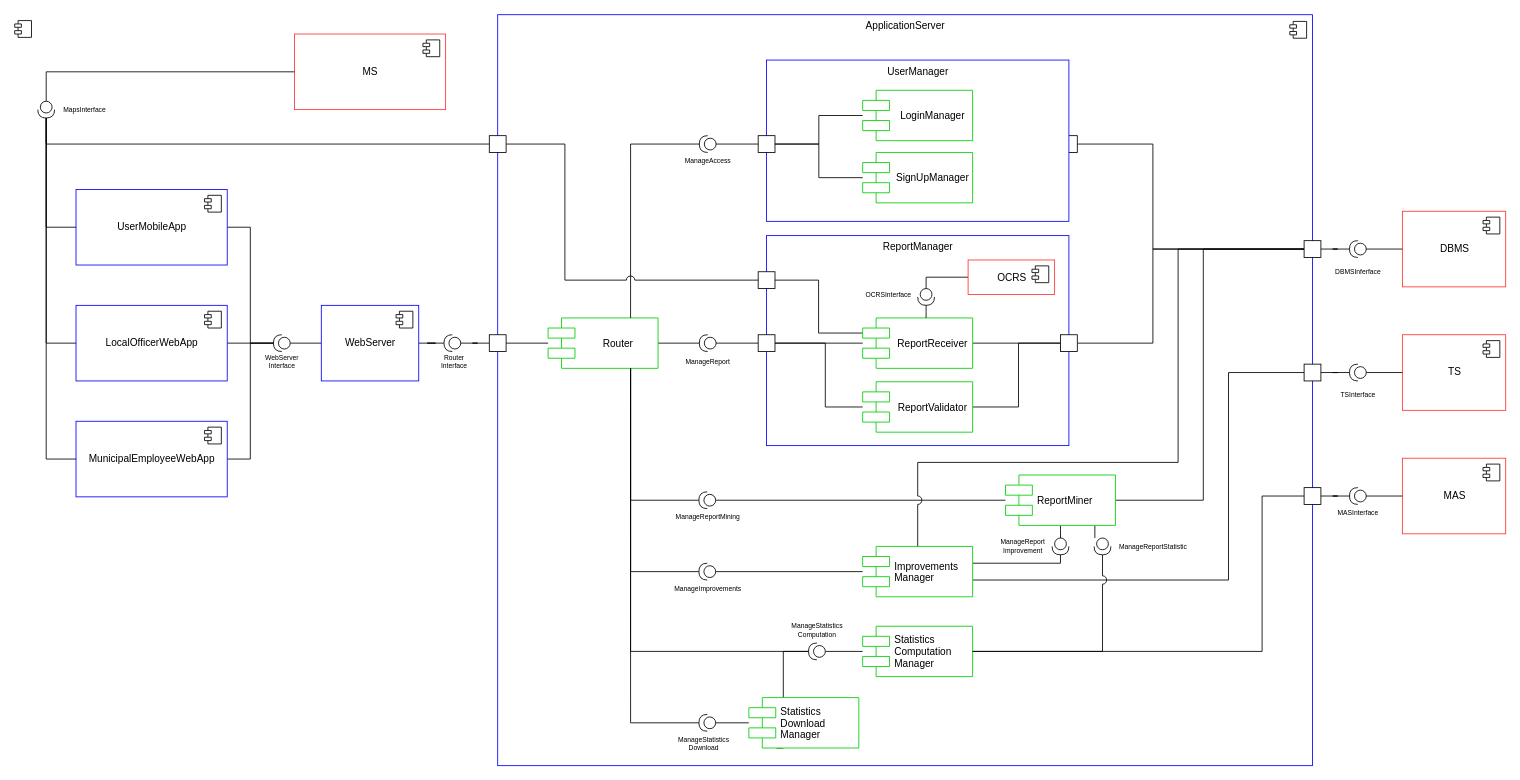
MarkNuar/Project_SE2 keeps this draw.io diagram as DD/images/ComponentDiagram.drawio. Above is the earlier version. Source tidied: cells renumbered, new cells numbered last; positions are measured from the earlier drawing's top-left corner, leaving out a move shared by most shapes. Both pictures are drawn from the tidied source at 84%, with x=0, y=0 at pixel (37, 14).
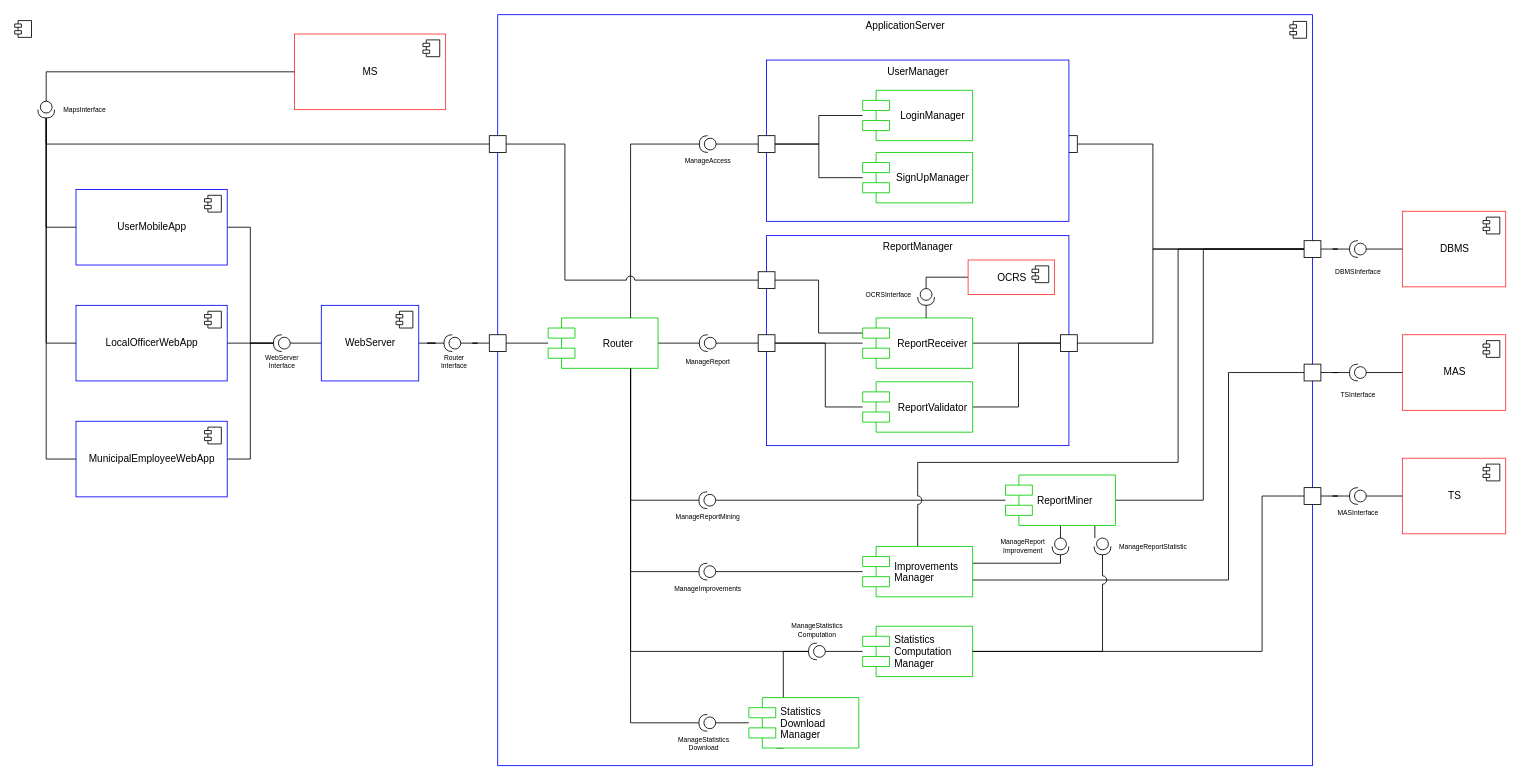
Above is the later version.

Change to the diagram source:
```diff
@@
-    <mxCell id="47" value="TS" style="html=1;align=center;strokeColor=#FF3333;" parent="1" vertex="1">
+    <mxCell id="47" value="MAS" style="html=1;align=center;strokeColor=#FF3333;" parent="1" vertex="1">
       <mxGeometry x="1625" y="381" width="123" height="90" as="geometry" />
     </mxCell>
@@
-    <mxCell id="115" value="MAS" style="html=1;align=center;strokeColor=#FF3333;" parent="1" vertex="1">
+    <mxCell id="115" value="TS" style="html=1;align=center;strokeColor=#FF3333;" parent="1" vertex="1">
       <mxGeometry x="1625" y="528" width="123" height="90" as="geometry" />
     </mxCell>
```
